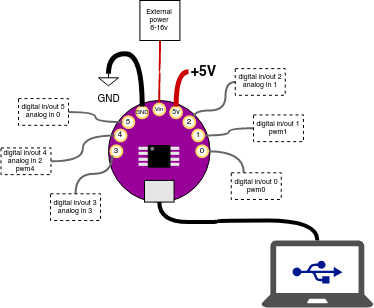
jreus/worldbuilding keeps this draw.io diagram as Guide/TINY85LILY_PINOUTS.png. Above is the earlier version. Source tidied: cells renumbered, new cells last; positions are measured from the earlier drawing's top-left corner, leaving out a move shared by most shapes. Its diagram source:
```xml
<mxGraphModel>
  <root>
    <mxCell id="0" />
    <mxCell id="1" parent="0" />
    <mxCell id="2" style="ellipse;whiteSpace=wrap;html=1;fillColor=#990099;" parent="1" vertex="1">
      <mxGeometry x="108" y="100" width="101.6" height="101.6" as="geometry" />
    </mxCell>
    <mxCell id="3" style="edgeStyle=orthogonalEdgeStyle;curved=1;rounded=0;jettySize=auto;html=1;exitX=1;exitY=0.5;exitDx=0;exitDy=0;entryX=0.25;entryY=0;entryDx=0;entryDy=0;endArrow=none;endFill=0;strokeColor=#666666;strokeWidth=2;fontSize=14;" parent="1" edge="1" source="4" target="33">
      <mxGeometry relative="1" as="geometry" />
    </mxCell>
    <mxCell id="4" value="0" style="ellipse;whiteSpace=wrap;html=1;fontSize=8;strokeWidth=2;strokeColor=#FFD966;" parent="1" vertex="1">
      <mxGeometry x="195.8" y="144.9" width="11.8" height="11.8" as="geometry" />
    </mxCell>
    <mxCell id="5" value="3" style="ellipse;whiteSpace=wrap;html=1;fontSize=8;strokeWidth=2;strokeColor=#FFD966;" parent="1" vertex="1">
      <mxGeometry x="110" y="144.9" width="11.8" height="11.8" as="geometry" />
    </mxCell>
    <mxCell id="6" style="edgeStyle=orthogonalEdgeStyle;rounded=0;jettySize=auto;html=1;exitX=0.5;exitY=0;exitDx=0;exitDy=0;entryX=0.5;entryY=1;entryDx=0;entryDy=0;endArrow=none;endFill=0;strokeColor=#CC0000;strokeWidth=2;fontSize=14;curved=1;" parent="1" edge="1" source="7" target="44">
      <mxGeometry relative="1" as="geometry" />
    </mxCell>
    <mxCell id="7" value="Vin" style="ellipse;whiteSpace=wrap;html=1;fontSize=6;strokeWidth=2;strokeColor=#FFD966;" parent="1" vertex="1">
      <mxGeometry x="152.9" y="103" width="11.8" height="11.8" as="geometry" />
    </mxCell>
    <mxCell id="8" style="edgeStyle=orthogonalEdgeStyle;curved=1;rounded=0;jettySize=auto;html=1;exitX=1;exitY=0.5;exitDx=0;exitDy=0;endArrow=none;endFill=0;strokeColor=#666666;strokeWidth=2;fontSize=14;" parent="1" edge="1" source="9" target="34">
      <mxGeometry relative="1" as="geometry" />
    </mxCell>
    <mxCell id="9" value="1" style="ellipse;whiteSpace=wrap;html=1;fontSize=8;strokeWidth=2;strokeColor=#FFD966;" parent="1" vertex="1">
      <mxGeometry x="191.8" y="129.1" width="11.8" height="11.8" as="geometry" />
    </mxCell>
    <mxCell id="10" value="5v" style="ellipse;whiteSpace=wrap;html=1;fontSize=7;strokeWidth=2;strokeColor=#FFD966;" parent="1" vertex="1">
      <mxGeometry x="169.7" y="106" width="11.8" height="11.8" as="geometry" />
    </mxCell>
    <mxCell id="11" style="edgeStyle=orthogonalEdgeStyle;rounded=0;jettySize=auto;html=1;exitX=1;exitY=0;exitDx=0;exitDy=0;entryX=0;entryY=0.5;entryDx=0;entryDy=0;endArrow=none;endFill=0;strokeColor=#666666;strokeWidth=2;fontSize=14;curved=1;" parent="1" edge="1" source="12" target="35">
      <mxGeometry relative="1" as="geometry">
        <Array as="points">
          <mxPoint x="193" y="110" />
          <mxPoint x="225" y="110" />
        </Array>
      </mxGeometry>
    </mxCell>
    <mxCell id="12" value="2" style="ellipse;whiteSpace=wrap;html=1;fontSize=8;strokeWidth=2;strokeColor=#FFD966;" parent="1" vertex="1">
      <mxGeometry x="183" y="115.8" width="11.8" height="11.8" as="geometry" />
    </mxCell>
    <mxCell id="13" value="GND" style="ellipse;whiteSpace=wrap;html=1;flipH=1;fontSize=6;strokeWidth=2;strokeColor=#FFD966;" parent="1" vertex="1">
      <mxGeometry x="135.8" y="106" width="11.8" height="11.8" as="geometry" />
    </mxCell>
    <mxCell id="14" value="5" style="ellipse;whiteSpace=wrap;html=1;flipH=1;fontSize=8;strokeWidth=2;strokeColor=#FFD966;" parent="1" vertex="1">
      <mxGeometry x="122" y="115.8" width="11.8" height="11.8" as="geometry" />
    </mxCell>
    <mxCell id="15" value="4" style="ellipse;whiteSpace=wrap;html=1;flipH=1;fontSize=8;strokeWidth=2;strokeColor=#FFD966;" parent="1" vertex="1">
      <mxGeometry x="114.2" y="129.1" width="11.8" height="11.8" as="geometry" />
    </mxCell>
    <mxCell id="16" style="edgeStyle=orthogonalEdgeStyle;curved=1;rounded=0;jettySize=auto;html=1;exitX=0.5;exitY=1;exitDx=0;exitDy=0;endArrow=none;endFill=0;strokeColor=#000000;strokeWidth=4;fontSize=14;" parent="1" edge="1" source="17" target="31">
      <mxGeometry relative="1" as="geometry" />
    </mxCell>
    <mxCell id="17" style="rounded=0;whiteSpace=wrap;html=1;fillColor=#E6E6E6;" parent="1" vertex="1">
      <mxGeometry x="144" y="179.9" width="29.5" height="21.7" as="geometry" />
    </mxCell>
    <mxCell id="18" style="group;" parent="1" vertex="1">
      <mxGeometry x="138" y="145" width="40.8" height="21.7" as="geometry" />
    </mxCell>
    <mxCell id="19" style="rounded=0;whiteSpace=wrap;html=1;fillColor=#E6E6E6;strokeColor=none;" parent="18" vertex="1">
      <mxGeometry y="1.2" width="11.8" height="3.1" as="geometry" />
    </mxCell>
    <mxCell id="20" style="rounded=0;whiteSpace=wrap;html=1;fillColor=#E6E6E6;strokeColor=none;" parent="18" vertex="1">
      <mxGeometry y="6.2" width="11.8" height="3.1" as="geometry" />
    </mxCell>
    <mxCell id="21" style="rounded=0;whiteSpace=wrap;html=1;fillColor=#E6E6E6;strokeColor=none;" parent="18" vertex="1">
      <mxGeometry y="12.2" width="11.8" height="3.1" as="geometry" />
    </mxCell>
    <mxCell id="22" style="rounded=0;whiteSpace=wrap;html=1;fillColor=#E6E6E6;strokeColor=none;" parent="18" vertex="1">
      <mxGeometry y="17.2" width="11.8" height="3.1" as="geometry" />
    </mxCell>
    <mxCell id="23" style="rounded=0;whiteSpace=wrap;html=1;fillColor=#E6E6E6;strokeColor=none;" parent="18" vertex="1">
      <mxGeometry x="29" y="1.2" width="11.8" height="3.1" as="geometry" />
    </mxCell>
    <mxCell id="24" style="rounded=0;whiteSpace=wrap;html=1;fillColor=#E6E6E6;strokeColor=none;" parent="18" vertex="1">
      <mxGeometry x="29" y="17.2" width="11.8" height="3.1" as="geometry" />
    </mxCell>
    <mxCell id="25" style="rounded=0;whiteSpace=wrap;html=1;fillColor=#E6E6E6;strokeColor=none;" parent="18" vertex="1">
      <mxGeometry x="29" y="12.2" width="11.8" height="3.1" as="geometry" />
    </mxCell>
    <mxCell id="26" style="rounded=0;whiteSpace=wrap;html=1;fillColor=#E6E6E6;strokeColor=none;" parent="18" vertex="1">
      <mxGeometry x="29" y="6.2" width="11.8" height="3.1" as="geometry" />
    </mxCell>
    <mxCell id="27" style="rounded=0;whiteSpace=wrap;html=1;fillColor=#000000;" parent="18" vertex="1">
      <mxGeometry x="9.8" width="21.7" height="21.7" as="geometry" />
    </mxCell>
    <mxCell id="28" style="ellipse;whiteSpace=wrap;html=1;fillColor=#808080;strokeColor=none;" parent="18" vertex="1">
      <mxGeometry x="11.8" y="1.2" width="3.9" height="3.9" as="geometry" />
    </mxCell>
    <mxCell id="29" style="edgeStyle=orthogonalEdgeStyle;rounded=0;jettySize=auto;html=1;exitX=0.5;exitY=0;exitDx=0;exitDy=0;exitPerimeter=0;entryX=0.5;entryY=0;entryDx=0;entryDy=0;strokeWidth=5;fontSize=14;endArrow=none;endFill=0;curved=1;" parent="1" edge="1" source="30" target="13">
      <mxGeometry relative="1" as="geometry" />
    </mxCell>
    <mxCell id="30" value="&lt;font style=&quot;font-size: 10px&quot;&gt;GND&lt;/font&gt;" style="verticalLabelPosition=bottom;shadow=0;dashed=0;align=center;html=1;verticalAlign=top;shape=mxgraph.electrical.signal_sources.signal_ground;rotation=0;" parent="1" vertex="1">
      <mxGeometry x="98" y="73.3" width="20" height="12" as="geometry" />
    </mxCell>
    <mxCell id="31" style="shadow=0;dashed=0;html=1;strokeColor=none;fillColor=#505050;labelPosition=center;verticalLabelPosition=bottom;verticalAlign=top;outlineConnect=0;align=center;shape=mxgraph.office.devices.laptop;" parent="1" vertex="1">
      <mxGeometry x="260.9" y="240" width="112" height="67" as="geometry" />
    </mxCell>
    <mxCell id="32" style="shadow=0;dashed=0;html=1;strokeColor=none;labelPosition=center;verticalLabelPosition=bottom;verticalAlign=top;align=center;fillColor=#00188D;shape=mxgraph.mscae.enterprise.usb;" parent="1" vertex="1">
      <mxGeometry x="292" y="260" width="50" height="23" as="geometry" />
    </mxCell>
    <mxCell id="33" value="digital in/out 0&lt;br style=&quot;font-size: 7px&quot;&gt;pwm0" style="text;html=1;strokeColor=#000000;fillColor=none;align=center;verticalAlign=middle;whiteSpace=wrap;rounded=0;fontSize=7;dashed=1;" parent="1" vertex="1">
      <mxGeometry x="230.8" y="172.3" width="50" height="26.7" as="geometry" />
    </mxCell>
    <mxCell id="34" value="digital in/out 1&lt;br style=&quot;font-size: 7px&quot;&gt;pwm1" style="text;html=1;strokeColor=#000000;fillColor=none;align=center;verticalAlign=middle;whiteSpace=wrap;rounded=0;fontSize=7;dashed=1;" parent="1" vertex="1">
      <mxGeometry x="253" y="114.4" width="50" height="26.7" as="geometry" />
    </mxCell>
    <mxCell id="35" value="digital in/out 2&lt;br style=&quot;font-size: 7px&quot;&gt;analog in 1" style="text;html=1;strokeColor=#000000;fillColor=none;align=center;verticalAlign=middle;whiteSpace=wrap;rounded=0;fontSize=7;dashed=1;" parent="1" vertex="1">
      <mxGeometry x="234.8" y="68.1" width="50" height="26.7" as="geometry" />
    </mxCell>
    <mxCell id="36" style="edgeStyle=orthogonalEdgeStyle;curved=1;rounded=0;jettySize=auto;html=1;exitX=1;exitY=0.5;exitDx=0;exitDy=0;entryX=0;entryY=0.5;entryDx=0;entryDy=0;endArrow=none;endFill=0;strokeColor=#666666;strokeWidth=2;fontSize=14;" parent="1" edge="1" source="37" target="14">
      <mxGeometry relative="1" as="geometry" />
    </mxCell>
    <mxCell id="37" value="digital in/out 5&lt;br style=&quot;font-size: 7px&quot;&gt;analog in 0" style="text;html=1;strokeColor=#000000;fillColor=none;align=center;verticalAlign=middle;whiteSpace=wrap;rounded=0;fontSize=7;dashed=1;" parent="1" vertex="1">
      <mxGeometry x="18" y="98.1" width="50" height="26.7" as="geometry" />
    </mxCell>
    <mxCell id="38" style="edgeStyle=orthogonalEdgeStyle;curved=1;rounded=0;jettySize=auto;html=1;exitX=1;exitY=0.5;exitDx=0;exitDy=0;entryX=0;entryY=0.5;entryDx=0;entryDy=0;endArrow=none;endFill=0;strokeColor=#666666;strokeWidth=2;fontSize=14;" parent="1" edge="1" source="39" target="15">
      <mxGeometry relative="1" as="geometry" />
    </mxCell>
    <mxCell id="39" value="digital in/out 4&lt;br style=&quot;font-size: 7px&quot;&gt;analog in 2&lt;br&gt;pwm4" style="text;html=1;strokeColor=#000000;fillColor=none;align=center;verticalAlign=middle;whiteSpace=wrap;rounded=0;fontSize=7;dashed=1;" parent="1" vertex="1">
      <mxGeometry x="0.5" y="147.4" width="50" height="26.7" as="geometry" />
    </mxCell>
    <mxCell id="40" style="edgeStyle=orthogonalEdgeStyle;curved=1;rounded=0;jettySize=auto;html=1;exitX=0.5;exitY=0;exitDx=0;exitDy=0;entryX=0;entryY=1;entryDx=0;entryDy=0;endArrow=none;endFill=0;strokeColor=#666666;strokeWidth=2;fontSize=14;" parent="1" edge="1" source="41" target="5">
      <mxGeometry relative="1" as="geometry" />
    </mxCell>
    <mxCell id="41" value="digital in/out 3&lt;br style=&quot;font-size: 7px&quot;&gt;analog in 3" style="text;html=1;strokeColor=#000000;fillColor=none;align=center;verticalAlign=middle;whiteSpace=wrap;rounded=0;fontSize=7;dashed=1;" parent="1" vertex="1">
      <mxGeometry x="50" y="193.3" width="50" height="26.7" as="geometry" />
    </mxCell>
    <mxCell id="42" style="edgeStyle=orthogonalEdgeStyle;rounded=0;jettySize=auto;html=1;exitX=0;exitY=0.5;exitDx=0;exitDy=0;entryX=0.5;entryY=0;entryDx=0;entryDy=0;endArrow=none;endFill=0;strokeWidth=5;fontSize=14;strokeColor=#CC0000;curved=1;" parent="1" edge="1" source="43" target="10">
      <mxGeometry relative="1" as="geometry" />
    </mxCell>
    <mxCell id="43" value="+5V" style="text;html=1;strokeColor=none;fillColor=none;align=center;verticalAlign=middle;whiteSpace=wrap;rounded=0;dashed=1;fontSize=14;fontStyle=1;" parent="1" vertex="1">
      <mxGeometry x="188" y="61.3" width="30.8" height="20" as="geometry" />
    </mxCell>
    <mxCell id="44" value="External power&lt;br&gt;6-16v" style="text;html=1;strokeColor=#000000;fillColor=none;align=center;verticalAlign=middle;whiteSpace=wrap;rounded=0;fontSize=7;" parent="1" vertex="1">
      <mxGeometry x="139.4" width="40" height="40" as="geometry" />
    </mxCell>
  </root>
</mxGraphModel>
```
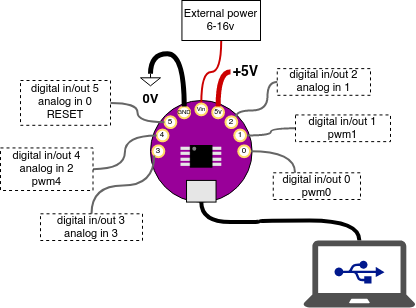
After the change.

Change to the diagram source:
```diff
@@ -91,7 +91,7 @@
     <mxCell id="29" style="edgeStyle=orthogonalEdgeStyle;rounded=0;jettySize=auto;html=1;exitX=0.5;exitY=0;exitDx=0;exitDy=0;exitPerimeter=0;entryX=0.5;entryY=0;entryDx=0;entryDy=0;strokeWidth=5;fontSize=14;endArrow=none;endFill=0;curved=1;" parent="1" edge="1" source="30" target="13">
       <mxGeometry relative="1" as="geometry" />
     </mxCell>
-    <mxCell id="30" value="&lt;font style=&quot;font-size: 10px&quot;&gt;GND&lt;/font&gt;" style="verticalLabelPosition=bottom;shadow=0;dashed=0;align=center;html=1;verticalAlign=top;shape=mxgraph.electrical.signal_sources.signal_ground;rotation=0;" parent="1" vertex="1">
+    <mxCell id="30" value="&lt;b&gt;0V&lt;/b&gt;" style="verticalLabelPosition=bottom;shadow=0;dashed=0;align=center;html=1;verticalAlign=top;shape=mxgraph.electrical.signal_sources.signal_ground;rotation=0;fontSize=13;" parent="1" vertex="1">
       <mxGeometry x="98" y="73.3" width="20" height="12" as="geometry" />
     </mxCell>
     <mxCell id="31" style="shadow=0;dashed=0;html=1;strokeColor=none;fillColor=#505050;labelPosition=center;verticalLabelPosition=bottom;verticalAlign=top;outlineConnect=0;align=center;shape=mxgraph.office.devices.laptop;" parent="1" vertex="1">
@@ -100,32 +100,32 @@
     <mxCell id="32" style="shadow=0;dashed=0;html=1;strokeColor=none;labelPosition=center;verticalLabelPosition=bottom;verticalAlign=top;align=center;fillColor=#00188D;shape=mxgraph.mscae.enterprise.usb;" parent="1" vertex="1">
       <mxGeometry x="292" y="260" width="50" height="23" as="geometry" />
     </mxCell>
-    <mxCell id="33" value="digital in/out 0&lt;br style=&quot;font-size: 7px&quot;&gt;pwm0" style="text;html=1;strokeColor=#000000;fillColor=none;align=center;verticalAlign=middle;whiteSpace=wrap;rounded=0;fontSize=7;dashed=1;" parent="1" vertex="1">
-      <mxGeometry x="230.8" y="172.3" width="50" height="26.7" as="geometry" />
+    <mxCell id="33" value="digital in/out 0&lt;br style=&quot;font-size: 11px;&quot;&gt;pwm0" style="text;html=1;strokeColor=#000000;fillColor=none;align=center;verticalAlign=middle;whiteSpace=wrap;rounded=0;fontSize=11;dashed=1;" parent="1" vertex="1">
+      <mxGeometry x="230.8" y="172.3" width="87.2" height="26.7" as="geometry" />
     </mxCell>
-    <mxCell id="34" value="digital in/out 1&lt;br style=&quot;font-size: 7px&quot;&gt;pwm1" style="text;html=1;strokeColor=#000000;fillColor=none;align=center;verticalAlign=middle;whiteSpace=wrap;rounded=0;fontSize=7;dashed=1;" parent="1" vertex="1">
-      <mxGeometry x="253" y="114.4" width="50" height="26.7" as="geometry" />
+    <mxCell id="34" value="digital in/out 1&lt;br style=&quot;font-size: 11px;&quot;&gt;pwm1" style="text;html=1;strokeColor=#000000;fillColor=none;align=center;verticalAlign=middle;whiteSpace=wrap;rounded=0;fontSize=11;dashed=1;" parent="1" vertex="1">
+      <mxGeometry x="253" y="114.4" width="95" height="26.7" as="geometry" />
     </mxCell>
-    <mxCell id="35" value="digital in/out 2&lt;br style=&quot;font-size: 7px&quot;&gt;analog in 1" style="text;html=1;strokeColor=#000000;fillColor=none;align=center;verticalAlign=middle;whiteSpace=wrap;rounded=0;fontSize=7;dashed=1;" parent="1" vertex="1">
-      <mxGeometry x="234.8" y="68.1" width="50" height="26.7" as="geometry" />
+    <mxCell id="35" value="digital in/out 2&lt;br style=&quot;font-size: 11px;&quot;&gt;analog in 1" style="text;html=1;strokeColor=#000000;fillColor=none;align=center;verticalAlign=middle;whiteSpace=wrap;rounded=0;fontSize=11;dashed=1;" parent="1" vertex="1">
+      <mxGeometry x="234.8" y="68.1" width="93.2" height="26.7" as="geometry" />
     </mxCell>
     <mxCell id="36" style="edgeStyle=orthogonalEdgeStyle;curved=1;rounded=0;jettySize=auto;html=1;exitX=1;exitY=0.5;exitDx=0;exitDy=0;entryX=0;entryY=0.5;entryDx=0;entryDy=0;endArrow=none;endFill=0;strokeColor=#666666;strokeWidth=2;fontSize=14;" parent="1" edge="1" source="37" target="14">
       <mxGeometry relative="1" as="geometry" />
     </mxCell>
-    <mxCell id="37" value="digital in/out 5&lt;br style=&quot;font-size: 7px&quot;&gt;analog in 0" style="text;html=1;strokeColor=#000000;fillColor=none;align=center;verticalAlign=middle;whiteSpace=wrap;rounded=0;fontSize=7;dashed=1;" parent="1" vertex="1">
-      <mxGeometry x="18" y="98.1" width="50" height="26.7" as="geometry" />
+    <mxCell id="37" value="digital in/out 5&lt;br style=&quot;font-size: 11px;&quot;&gt;analog in 0&lt;br style=&quot;font-size: 11px;&quot;&gt;RESET" style="text;html=1;strokeColor=#000000;fillColor=none;align=center;verticalAlign=middle;whiteSpace=wrap;rounded=0;fontSize=11;dashed=1;" parent="1" vertex="1">
+      <mxGeometry x="-22" y="80" width="90" height="44.8" as="geometry" />
     </mxCell>
     <mxCell id="38" style="edgeStyle=orthogonalEdgeStyle;curved=1;rounded=0;jettySize=auto;html=1;exitX=1;exitY=0.5;exitDx=0;exitDy=0;entryX=0;entryY=0.5;entryDx=0;entryDy=0;endArrow=none;endFill=0;strokeColor=#666666;strokeWidth=2;fontSize=14;" parent="1" edge="1" source="39" target="15">
       <mxGeometry relative="1" as="geometry" />
     </mxCell>
-    <mxCell id="39" value="digital in/out 4&lt;br style=&quot;font-size: 7px&quot;&gt;analog in 2&lt;br&gt;pwm4" style="text;html=1;strokeColor=#000000;fillColor=none;align=center;verticalAlign=middle;whiteSpace=wrap;rounded=0;fontSize=7;dashed=1;" parent="1" vertex="1">
-      <mxGeometry x="0.5" y="147.4" width="50" height="26.7" as="geometry" />
+    <mxCell id="39" value="digital in/out 4&lt;br style=&quot;font-size: 11px;&quot;&gt;analog in 2&lt;br style=&quot;font-size: 11px;&quot;&gt;pwm4" style="text;html=1;strokeColor=#000000;fillColor=none;align=center;verticalAlign=middle;whiteSpace=wrap;rounded=0;fontSize=11;dashed=1;" parent="1" vertex="1">
+      <mxGeometry x="-42" y="147.4" width="92.5" height="42.6" as="geometry" />
     </mxCell>
     <mxCell id="40" style="edgeStyle=orthogonalEdgeStyle;curved=1;rounded=0;jettySize=auto;html=1;exitX=0.5;exitY=0;exitDx=0;exitDy=0;entryX=0;entryY=1;entryDx=0;entryDy=0;endArrow=none;endFill=0;strokeColor=#666666;strokeWidth=2;fontSize=14;" parent="1" edge="1" source="41" target="5">
       <mxGeometry relative="1" as="geometry" />
     </mxCell>
-    <mxCell id="41" value="digital in/out 3&lt;br style=&quot;font-size: 7px&quot;&gt;analog in 3" style="text;html=1;strokeColor=#000000;fillColor=none;align=center;verticalAlign=middle;whiteSpace=wrap;rounded=0;fontSize=7;dashed=1;" parent="1" vertex="1">
-      <mxGeometry x="50" y="193.3" width="50" height="26.7" as="geometry" />
+    <mxCell id="41" value="digital in/out 3&lt;br style=&quot;font-size: 11px;&quot;&gt;analog in 3" style="text;html=1;strokeColor=#000000;fillColor=none;align=center;verticalAlign=middle;whiteSpace=wrap;rounded=0;fontSize=11;dashed=1;" parent="1" vertex="1">
+      <mxGeometry x="-2" y="213.3" width="102" height="26.7" as="geometry" />
     </mxCell>
     <mxCell id="42" style="edgeStyle=orthogonalEdgeStyle;rounded=0;jettySize=auto;html=1;exitX=0;exitY=0.5;exitDx=0;exitDy=0;entryX=0.5;entryY=0;entryDx=0;entryDy=0;endArrow=none;endFill=0;strokeWidth=5;fontSize=14;strokeColor=#CC0000;curved=1;" parent="1" edge="1" source="43" target="10">
       <mxGeometry relative="1" as="geometry" />
@@ -133,8 +133,8 @@
     <mxCell id="43" value="+5V" style="text;html=1;strokeColor=none;fillColor=none;align=center;verticalAlign=middle;whiteSpace=wrap;rounded=0;dashed=1;fontSize=14;fontStyle=1;" parent="1" vertex="1">
       <mxGeometry x="188" y="61.3" width="30.8" height="20" as="geometry" />
     </mxCell>
-    <mxCell id="44" value="External power&lt;br&gt;6-16v" style="text;html=1;strokeColor=#000000;fillColor=none;align=center;verticalAlign=middle;whiteSpace=wrap;rounded=0;fontSize=7;" parent="1" vertex="1">
-      <mxGeometry x="139.4" width="40" height="40" as="geometry" />
+    <mxCell id="44" value="External power&lt;br style=&quot;font-size: 11px;&quot;&gt;6-16v" style="text;html=1;strokeColor=#000000;fillColor=none;align=center;verticalAlign=middle;whiteSpace=wrap;rounded=0;fontSize=11;" parent="1" vertex="1">
+      <mxGeometry x="139.4" width="78.6" height="40" as="geometry" />
     </mxCell>
   </root>
 </mxGraphModel>
```
